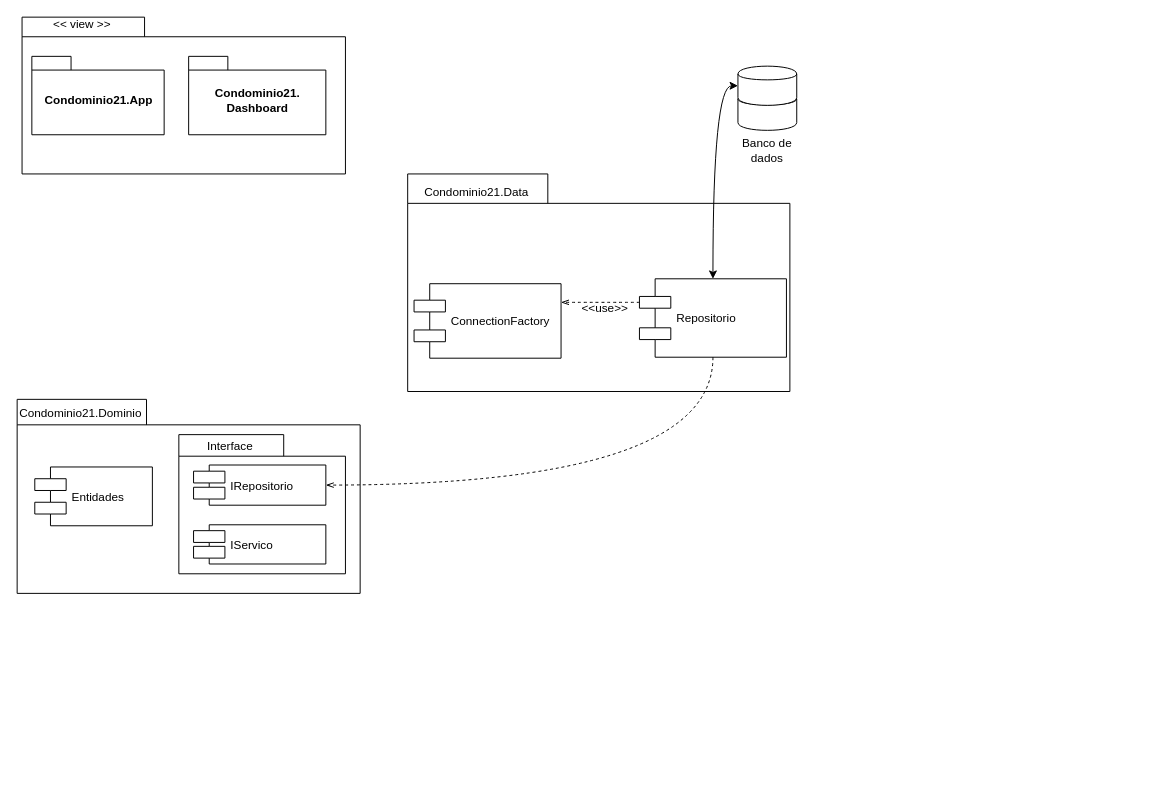
Above: Diagrama sem título.drawio in doug-reis/QualidadeCodigo (draw.io), before the change. Source tidied: cells renumbered, new cells numbered last; positions are measured from the earlier drawing's top-left corner, leaving out a move shared by most shapes. Both pictures are drawn from the tidied source at 98%, with x=0, y=0 at pixel (17, 17).
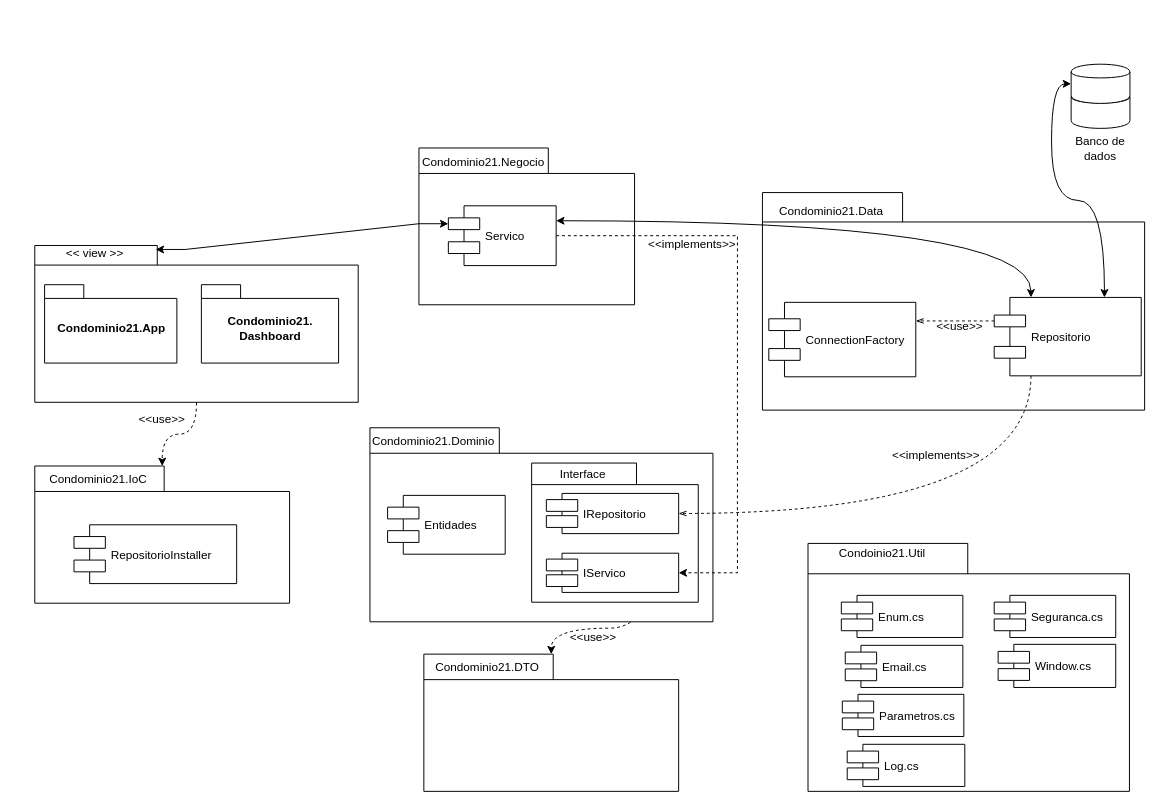
Above is the later version.

The change refers to these unchanged cells:
```xml
<mxCell id="6" value="&lt;br&gt;&lt;br&gt;" style="shape=folder;fontStyle=1;spacingTop=10;tabWidth=125;tabHeight=20;tabPosition=left;html=1;" parent="5" vertex="1">
  <mxGeometry width="330" height="160" as="geometry" />
</mxCell>
<mxCell id="7" value="&amp;lt;&amp;lt; view &amp;gt;&amp;gt;" style="text;html=1;strokeColor=none;fillColor=none;align=center;verticalAlign=middle;whiteSpace=wrap;rounded=0;" parent="5" vertex="1">
  <mxGeometry width="123.4" height="16.3" as="geometry" />
</mxCell>
<mxCell id="17" style="shape=cylinder;whiteSpace=wrap;html=1;boundedLbl=1;backgroundOutline=1;" parent="15" vertex="1">
  <mxGeometry x="10.5" width="60" height="40" as="geometry" />
</mxCell>
<mxCell id="23" style="shape=folder;fontStyle=1;spacingTop=10;tabWidth=107;tabHeight=22;tabPosition=left;html=1;fontFamily=Helvetica;fontSize=12;fontColor=#000000;align=left;strokeColor=#000000;fillColor=#ffffff;" parent="22" vertex="1">
  <mxGeometry width="170" height="142" as="geometry" />
</mxCell>
<mxCell id="24" value="IRepositorio" style="shape=component;align=left;spacingLeft=36;" parent="22" vertex="1">
  <mxGeometry x="15" y="31" width="135" height="41" as="geometry" />
</mxCell>
<mxCell id="25" value="IServico" style="shape=component;align=left;spacingLeft=36;" parent="22" vertex="1">
  <mxGeometry x="15" y="92" width="135" height="40" as="geometry" />
</mxCell>
```

Diff of the diagram source:
```diff
@@
-    <mxCell id="2" style="group;" parent="1" vertex="1">
-      <mxGeometry y="390" width="350" height="198" as="geometry" />
-    </mxCell>
-    <mxCell id="3" style="shape=folder;fontStyle=1;spacingTop=10;tabWidth=132;tabHeight=26;tabPosition=left;html=1;" parent="2" vertex="1">
-      <mxGeometry width="350" height="198" as="geometry" />
-    </mxCell>
-    <mxCell id="4" value="Condominio21.Dominio" style="text;html=1;strokeColor=none;fillColor=none;align=center;verticalAlign=middle;whiteSpace=wrap;rounded=0;" parent="2" vertex="1">
-      <mxGeometry width="130" height="28" as="geometry" />
-    </mxCell>
     <mxCell id="5" style="group;" parent="1" vertex="1">
-      <mxGeometry x="5" width="380" height="220" as="geometry" />
+      <mxGeometry x="18" y="233" width="380" height="220" as="geometry" />
     </mxCell>
@@
-    <mxCell id="10" style="shape=folder;fontStyle=1;spacingTop=10;tabWidth=143;tabHeight=30;tabPosition=left;html=1;" parent="1" vertex="1">
-      <mxGeometry x="398.5" y="160" width="390" height="222" as="geometry" />
-    </mxCell>
-    <mxCell id="11" value="Condominio21.Data" style="text;html=1;strokeColor=none;fillColor=none;align=center;verticalAlign=middle;whiteSpace=wrap;rounded=0;" parent="1" vertex="1">
-      <mxGeometry x="398.5" y="163" width="140" height="32" as="geometry" />
-    </mxCell>
-    <mxCell id="12" value="ConnectionFactory" style="shape=component;align=left;spacingLeft=36;" parent="1" vertex="1">
-      <mxGeometry x="405" y="272" width="150" height="76" as="geometry" />
-    </mxCell>
-    <mxCell id="13" style="edgeStyle=orthogonalEdgeStyle;curved=1;rounded=0;jettySize=auto;html=1;startArrow=none;startFill=0;exitX=0;exitY=0.3;exitDx=0;exitDy=0;entryX=1;entryY=0.25;entryDx=0;entryDy=0;dashed=1;endArrow=openThin;endFill=0;" parent="1" edge="1" source="14" target="12">
-      <mxGeometry relative="1" as="geometry" />
-    </mxCell>
-    <mxCell id="14" value="Repositorio" style="shape=component;align=left;spacingLeft=36;" parent="1" vertex="1">
-      <mxGeometry x="635" y="267" width="150" height="80" as="geometry" />
-    </mxCell>
+    <mxCell id="28" value="&amp;lt;&amp;lt;use&amp;gt;&amp;gt;" style="text;html=1;strokeColor=none;fillColor=none;align=center;verticalAlign=middle;whiteSpace=wrap;rounded=0;" parent="5" vertex="1">
+      <mxGeometry x="110" y="168" width="40" height="20" as="geometry" />
+    </mxCell>
     <mxCell id="15" style="group;" parent="1" vertex="1">
-      <mxGeometry x="725" y="50" width="81" height="95.5" as="geometry" />
+      <mxGeometry x="1065" y="48" width="81" height="95.5" as="geometry" />
     </mxCell>
@@
+    <mxCell id="29" style="group;" parent="1" vertex="1">
+      <mxGeometry x="410" y="133.5" width="227" height="192" as="geometry" />
+    </mxCell>
+    <mxCell id="30" style="group;" parent="29" vertex="1">
+      <mxGeometry width="227" height="192" as="geometry" />
+    </mxCell>
+    <mxCell id="31" style="shape=folder;fontStyle=1;spacingTop=10;tabWidth=132;tabHeight=26;tabPosition=left;html=1;" parent="30" vertex="1">
+      <mxGeometry width="220" height="160" as="geometry" />
+    </mxCell>
+    <mxCell id="32" value="Condominio21.Negocio" style="text;html=1;strokeColor=none;fillColor=none;align=center;verticalAlign=middle;whiteSpace=wrap;rounded=0;" parent="30" vertex="1">
+      <mxGeometry x="24" y="1" width="84.3" height="27.2" as="geometry" />
+    </mxCell>
+    <mxCell id="33" value="Servico" style="shape=component;align=left;spacingLeft=36;" parent="30" vertex="1">
+      <mxGeometry x="30" y="59" width="110" height="61" as="geometry" />
+    </mxCell>
+    <mxCell id="34" style="group;" parent="1" vertex="1">
+      <mxGeometry x="18" y="458" width="260" height="140" as="geometry" />
+    </mxCell>
+    <mxCell id="35" style="shape=folder;fontStyle=1;spacingTop=10;tabWidth=132;tabHeight=26;tabPosition=left;html=1;" parent="34" vertex="1">
+      <mxGeometry width="260" height="140" as="geometry" />
+    </mxCell>
+    <mxCell id="36" value="Condominio21.IoC" style="text;html=1;strokeColor=none;fillColor=none;align=center;verticalAlign=middle;whiteSpace=wrap;rounded=0;" parent="34" vertex="1">
+      <mxGeometry width="130" height="28" as="geometry" />
+    </mxCell>
+    <mxCell id="37" value="RepositorioInstaller" style="shape=component;align=left;spacingLeft=36;" parent="34" vertex="1">
+      <mxGeometry x="40" y="60" width="166" height="60" as="geometry" />
+    </mxCell>
+    <mxCell id="38" style="group;" parent="1" vertex="1">
+      <mxGeometry x="415" y="650" width="260" height="140" as="geometry" />
+    </mxCell>
+    <mxCell id="39" style="shape=folder;fontStyle=1;spacingTop=10;tabWidth=132;tabHeight=26;tabPosition=left;html=1;" parent="38" vertex="1">
+      <mxGeometry width="260" height="140" as="geometry" />
+    </mxCell>
+    <mxCell id="40" value="Condominio21.DTO" style="text;html=1;strokeColor=none;fillColor=none;align=center;verticalAlign=middle;whiteSpace=wrap;rounded=0;" parent="38" vertex="1">
+      <mxGeometry width="130" height="28" as="geometry" />
+    </mxCell>
+    <mxCell id="41" style="edgeStyle=orthogonalEdgeStyle;rounded=0;jettySize=auto;html=1;dashed=1;exitX=0;exitY=0;exitDx=138.5;exitDy=22;exitPerimeter=0;curved=1;" parent="1" edge="1" source="23" target="39">
+      <mxGeometry relative="1" as="geometry" />
+    </mxCell>
+    <mxCell id="42" style="group;" parent="1" vertex="1">
+      <mxGeometry x="760.5" y="179" width="390" height="222" as="geometry" />
+    </mxCell>
+    <mxCell id="10" style="shape=folder;fontStyle=1;spacingTop=10;tabWidth=143;tabHeight=30;tabPosition=left;html=1;" parent="42" vertex="1">
+      <mxGeometry width="390" height="222" as="geometry" />
+    </mxCell>
+    <mxCell id="11" value="Condominio21.Data" style="text;html=1;strokeColor=none;fillColor=none;align=center;verticalAlign=middle;whiteSpace=wrap;rounded=0;" parent="42" vertex="1">
+      <mxGeometry y="3" width="140" height="32" as="geometry" />
+    </mxCell>
+    <mxCell id="12" value="ConnectionFactory" style="shape=component;align=left;spacingLeft=36;" parent="42" vertex="1">
+      <mxGeometry x="6.5" y="112" width="150" height="76" as="geometry" />
+    </mxCell>
+    <mxCell id="14" value="Repositorio" style="shape=component;align=left;spacingLeft=36;" parent="42" vertex="1">
+      <mxGeometry x="236.5" y="107" width="150" height="80" as="geometry" />
+    </mxCell>
+    <mxCell id="20" value="&amp;lt;&amp;lt;use&amp;gt;&amp;gt;" style="text;html=1;strokeColor=none;fillColor=none;align=center;verticalAlign=middle;whiteSpace=wrap;rounded=0;" parent="42" vertex="1">
+      <mxGeometry x="181.5" y="127" width="40" height="20" as="geometry" />
+    </mxCell>
+    <mxCell id="13" style="edgeStyle=orthogonalEdgeStyle;curved=1;rounded=0;jettySize=auto;html=1;startArrow=none;startFill=0;exitX=0;exitY=0.3;exitDx=0;exitDy=0;entryX=1;entryY=0.25;entryDx=0;entryDy=0;dashed=1;endArrow=openThin;endFill=0;" parent="42" edge="1" source="14" target="12">
+      <mxGeometry relative="1" as="geometry" />
+    </mxCell>
-    <mxCell id="19" style="rounded=0;jettySize=auto;html=1;exitX=0;exitY=0.5;exitDx=0;exitDy=0;startArrow=classic;startFill=1;edgeStyle=orthogonalEdgeStyle;curved=1;" parent="1" edge="1" source="17" target="14">
+    <mxCell id="19" style="rounded=0;jettySize=auto;html=1;exitX=0;exitY=0.5;exitDx=0;exitDy=0;startArrow=classic;startFill=1;edgeStyle=orthogonalEdgeStyle;curved=1;entryX=0.75;entryY=0;entryDx=0;entryDy=0;" parent="1" edge="1" source="17" target="14">
       <mxGeometry relative="1" as="geometry" />
     </mxCell>
-    <mxCell id="20" value="&amp;lt;&amp;lt;use&amp;gt;&amp;gt;" style="text;html=1;strokeColor=none;fillColor=none;align=center;verticalAlign=middle;whiteSpace=wrap;rounded=0;" parent="1" vertex="1">
-      <mxGeometry x="580" y="287" width="40" height="20" as="geometry" />
-    </mxCell>
+    <mxCell id="43" style="edgeStyle=orthogonalEdgeStyle;curved=1;rounded=0;jettySize=auto;html=1;dashed=1;" parent="1" edge="1" source="6" target="35">
+      <mxGeometry relative="1" as="geometry" />
+    </mxCell>
+    <mxCell id="44" style="rounded=0;jettySize=auto;html=1;entryX=0.25;entryY=0;entryDx=0;entryDy=0;exitX=1;exitY=0.25;exitDx=0;exitDy=0;edgeStyle=orthogonalEdgeStyle;curved=1;startArrow=classic;startFill=1;" parent="1" edge="1" source="33" target="14">
+      <mxGeometry relative="1" as="geometry" />
+    </mxCell>
+    <mxCell id="45" style="group;" parent="1" vertex="1">
+      <mxGeometry x="360" y="419" width="374" height="198" as="geometry" />
+    </mxCell>
+    <mxCell id="46" style="group;" parent="45" vertex="1">
+      <mxGeometry width="374" height="198" as="geometry" />
+    </mxCell>
+    <mxCell id="2" style="group;" parent="46" vertex="1">
+      <mxGeometry width="374" height="198" as="geometry" />
+    </mxCell>
+    <mxCell id="47" style="group;" parent="2" vertex="1">
+      <mxGeometry width="374" height="198" as="geometry" />
+    </mxCell>
+    <mxCell id="3" style="shape=folder;fontStyle=1;spacingTop=10;tabWidth=132;tabHeight=26;tabPosition=left;html=1;" parent="47" vertex="1">
+      <mxGeometry width="350" height="198" as="geometry" />
+    </mxCell>
+    <mxCell id="4" value="Condominio21.Dominio" style="text;html=1;strokeColor=none;fillColor=none;align=center;verticalAlign=middle;whiteSpace=wrap;rounded=0;" parent="47" vertex="1">
+      <mxGeometry width="130" height="28" as="geometry" />
+    </mxCell>
-    <mxCell id="21" value="Entidades" style="shape=component;align=left;spacingLeft=36;" parent="1" vertex="1">
-      <mxGeometry x="18" y="459" width="120" height="60" as="geometry" />
+    <mxCell id="21" value="Entidades" style="shape=component;align=left;spacingLeft=36;" parent="46" vertex="1">
+      <mxGeometry x="18" y="69" width="120" height="60" as="geometry" />
     </mxCell>
-    <mxCell id="22" style="group;" parent="1" vertex="1">
-      <mxGeometry x="165" y="426" width="170" height="142" as="geometry" />
+    <mxCell id="22" style="group;" parent="46" vertex="1">
+      <mxGeometry x="165" y="36" width="170" height="142" as="geometry" />
     </mxCell>
@@
+    <mxCell id="48" style="rounded=0;jettySize=auto;html=1;dashed=1;edgeStyle=elbowEdgeStyle;" parent="1" edge="1" source="33" target="25">
+      <mxGeometry relative="1" as="geometry">
+        <Array as="points">
+          <mxPoint x="735" y="400" />
+        </Array>
+      </mxGeometry>
+    </mxCell>
+    <mxCell id="49" style="rounded=0;jettySize=auto;html=1;exitX=1;exitY=0.25;exitDx=0;exitDy=0;entryX=0;entryY=0.3;entryDx=0;entryDy=0;startArrow=classic;startFill=1;edgeStyle=entityRelationEdgeStyle;" parent="1" edge="1" source="7" target="33">
+      <mxGeometry relative="1" as="geometry" />
+    </mxCell>
-    <mxCell id="27" style="edgeStyle=orthogonalEdgeStyle;curved=1;rounded=0;jettySize=auto;html=1;entryX=1;entryY=0.5;entryDx=0;entryDy=0;dashed=1;startArrow=none;startFill=0;endArrow=openThin;endFill=0;exitX=0.5;exitY=1;exitDx=0;exitDy=0;" parent="1" edge="1" source="14" target="24">
+    <mxCell id="27" style="edgeStyle=orthogonalEdgeStyle;curved=1;rounded=0;jettySize=auto;html=1;entryX=1;entryY=0.5;entryDx=0;entryDy=0;dashed=1;startArrow=none;startFill=0;endArrow=openThin;endFill=0;exitX=0.25;exitY=1;exitDx=0;exitDy=0;" parent="1" edge="1" source="14" target="24">
       <mxGeometry relative="1" as="geometry" />
     </mxCell>
+    <mxCell id="50" value="&amp;lt;&amp;lt;use&amp;gt;&amp;gt;" style="text;html=1;strokeColor=none;fillColor=none;align=center;verticalAlign=middle;whiteSpace=wrap;rounded=0;" parent="1" vertex="1">
+      <mxGeometry x="567.5" y="623" width="40" height="20" as="geometry" />
+    </mxCell>
+    <mxCell id="51" style="shape=folder;fontStyle=1;spacingTop=10;tabWidth=163;tabHeight=31;tabPosition=left;html=1;" parent="1" vertex="1">
+      <mxGeometry x="807" y="537" width="328" height="253" as="geometry" />
+    </mxCell>
+    <mxCell id="52" value="Condoinio21.Util" style="text;html=1;strokeColor=none;fillColor=none;align=center;verticalAlign=middle;whiteSpace=wrap;rounded=0;" parent="1" vertex="1">
+      <mxGeometry x="811" y="537" width="144" height="20" as="geometry" />
+    </mxCell>
+    <mxCell id="53" value="Enum.cs" style="shape=component;align=left;spacingLeft=36;" parent="1" vertex="1">
+      <mxGeometry x="841" y="590" width="124" height="43" as="geometry" />
+    </mxCell>
+    <mxCell id="54" value="Email.cs" style="shape=component;align=left;spacingLeft=36;" parent="1" vertex="1">
+      <mxGeometry x="845" y="641" width="120" height="43" as="geometry" />
+    </mxCell>
+    <mxCell id="55" value="Parametros.cs" style="shape=component;align=left;spacingLeft=36;" parent="1" vertex="1">
+      <mxGeometry x="842" y="691" width="124" height="43" as="geometry" />
+    </mxCell>
+    <mxCell id="56" value="Log.cs" style="shape=component;align=left;spacingLeft=36;" parent="1" vertex="1">
+      <mxGeometry x="847" y="742" width="120" height="43" as="geometry" />
+    </mxCell>
+    <mxCell id="57" value="Seguranca.cs" style="shape=component;align=left;spacingLeft=36;" parent="1" vertex="1">
+      <mxGeometry x="997" y="590" width="124" height="43" as="geometry" />
+    </mxCell>
+    <mxCell id="58" value="Window.cs" style="shape=component;align=left;spacingLeft=36;" parent="1" vertex="1">
+      <mxGeometry x="1001" y="640" width="120" height="44" as="geometry" />
+    </mxCell>
+    <mxCell id="59" value="&amp;lt;&amp;lt;implements&amp;gt;&amp;gt;" style="text;html=1;strokeColor=none;fillColor=none;align=center;verticalAlign=middle;whiteSpace=wrap;rounded=0;" parent="1" vertex="1">
+      <mxGeometry x="886" y="437" width="104" height="20" as="geometry" />
+    </mxCell>
+    <mxCell id="60" value="&amp;lt;&amp;lt;implements&amp;gt;&amp;gt;" style="text;html=1;strokeColor=none;fillColor=none;align=center;verticalAlign=middle;whiteSpace=wrap;rounded=0;" parent="1" vertex="1">
+      <mxGeometry x="637" y="221.5" width="104" height="20" as="geometry" />
+    </mxCell>
```
